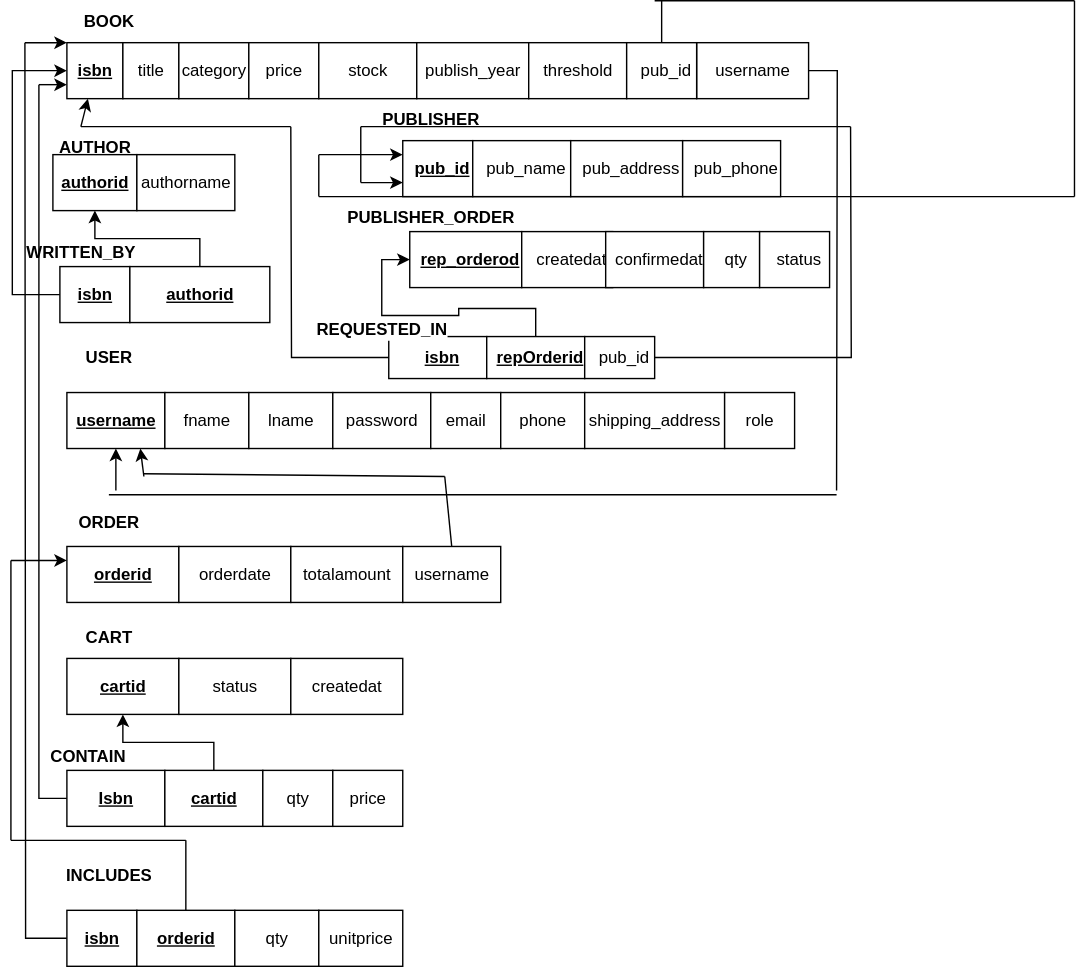
Earlier version of the draw.io export relationalSchema.svg (sherouk-yakout/Order-Processing-System). Source tidied: cells renumbered, new cells last; positions are measured from the earlier drawing's top-left corner, leaving out a move shared by most shapes.
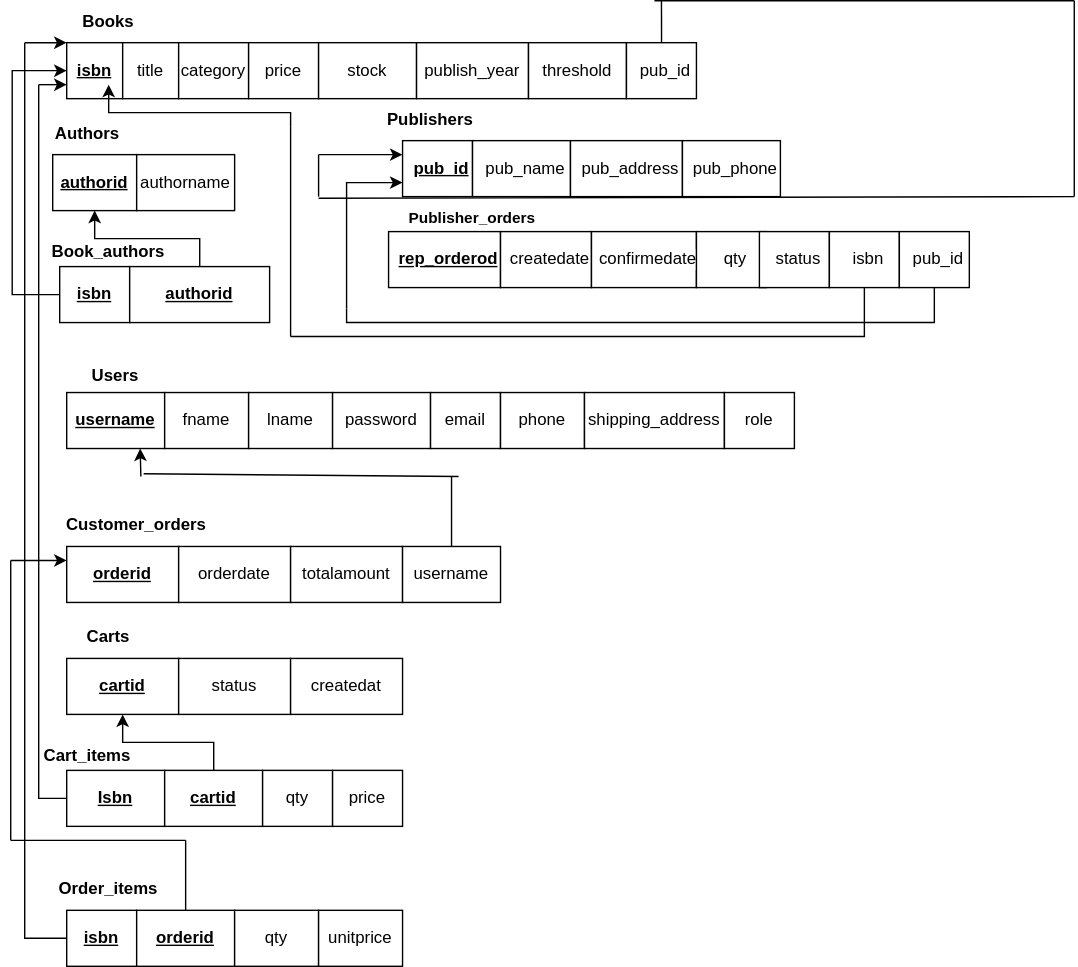
Later version of the same file.

What changed in the source:
```diff
@@ -25,3 +25,3 @@
     </mxCell>
-    <mxCell id="9" value="&lt;b&gt;&lt;font style=&quot;color: rgb(0, 0, 0);&quot;&gt;BOOK&lt;/font&gt;&lt;/b&gt;" style="text;html=1;align=center;verticalAlign=middle;whiteSpace=wrap;rounded=0;" parent="1" vertex="1">
+    <mxCell id="9" value="&lt;b&gt;&lt;font style=&quot;color: rgb(0, 0, 0);&quot;&gt;Books&lt;/font&gt;&lt;/b&gt;" style="text;html=1;align=center;verticalAlign=middle;whiteSpace=wrap;rounded=0;" parent="1" vertex="1">
       <mxGeometry x="40" width="60" height="30" as="geometry" />
@@ -34,4 +34,4 @@
     </mxCell>
-    <mxCell id="12" value="&lt;b&gt;AUTHOR&lt;/b&gt;" style="text;html=1;align=center;verticalAlign=middle;whiteSpace=wrap;rounded=0;" parent="1" vertex="1">
-      <mxGeometry x="30" y="90" width="60" height="30" as="geometry" />
+    <mxCell id="12" value="&lt;b&gt;Authors&lt;/b&gt;" style="text;html=1;align=center;verticalAlign=middle;whiteSpace=wrap;rounded=0;" parent="1" vertex="1">
+      <mxGeometry x="25" y="80" width="60" height="30" as="geometry" />
     </mxCell>
@@ -54,10 +54,5 @@
     </mxCell>
-    <mxCell id="17" value="&lt;b&gt;WRITTEN_BY&lt;/b&gt;" style="text;html=1;align=center;verticalAlign=middle;whiteSpace=wrap;rounded=0;" parent="1" vertex="1">
-      <mxGeometry x="20" y="165" width="60" height="30" as="geometry" />
+    <mxCell id="17" value="&lt;b&gt;Book_authors&lt;/b&gt;" style="text;html=1;align=center;verticalAlign=middle;whiteSpace=wrap;rounded=0;" parent="1" vertex="1">
+      <mxGeometry x="40" y="165" width="60" height="30" as="geometry" />
     </mxCell>
-    <mxCell id="18" style="edgeStyle=orthogonalEdgeStyle;rounded=0;jettySize=auto;html=1;endArrow=none;endFill=0;startArrow=classic;startFill=1;" parent="1" edge="1" source="19">
-      <mxGeometry relative="1" as="geometry">
-        <mxPoint x="75" y="350" as="targetPoint" />
-      </mxGeometry>
-    </mxCell>
     <mxCell id="19" value="&lt;b&gt;&lt;u&gt;username&lt;/u&gt;&lt;/b&gt;" style="whiteSpace=wrap;html=1;align=center;" parent="1" vertex="1">
@@ -86,16 +81,5 @@
     </mxCell>
-    <mxCell id="27" value="&lt;b&gt;USER&lt;/b&gt;" style="text;html=1;align=center;verticalAlign=middle;whiteSpace=wrap;rounded=0;" parent="1" vertex="1">
-      <mxGeometry x="40" y="240" width="60" height="30" as="geometry" />
+    <mxCell id="27" value="&lt;b&gt;Users&lt;/b&gt;&lt;div&gt;&lt;b&gt;&lt;br&gt;&lt;/b&gt;&lt;/div&gt;" style="text;html=1;align=center;verticalAlign=middle;whiteSpace=wrap;rounded=0;" parent="1" vertex="1">
+      <mxGeometry x="45" y="260" width="60" height="30" as="geometry" />
     </mxCell>
-    <mxCell id="28" style="edgeStyle=orthogonalEdgeStyle;rounded=0;jettySize=auto;html=1;endArrow=none;endFill=0;" parent="1" edge="1" source="29">
-      <mxGeometry relative="1" as="geometry">
-        <mxPoint x="590" y="350" as="targetPoint" />
-      </mxGeometry>
-    </mxCell>
-    <mxCell id="29" value="username" style="whiteSpace=wrap;html=1;align=center;" parent="1" vertex="1">
-      <mxGeometry x="490" y="30" width="80" height="40" as="geometry" />
-    </mxCell>
-    <mxCell id="30" style="line;strokeWidth=1;dashed=0;labelPosition=right;align=left;verticalAlign=middle;spacingTop=0;spacingLeft=6;" parent="1" vertex="1">
-      <mxGeometry x="70" y="348" width="520" height="10" as="geometry" />
-    </mxCell>
     <mxCell id="31" value="&lt;u&gt;&lt;b&gt;orderid&lt;/b&gt;&lt;/u&gt;" style="whiteSpace=wrap;html=1;align=center;" parent="1" vertex="1">
@@ -109,4 +93,4 @@
     </mxCell>
-    <mxCell id="34" value="&lt;b&gt;ORDER&lt;/b&gt;" style="text;html=1;align=center;verticalAlign=middle;whiteSpace=wrap;rounded=0;" parent="1" vertex="1">
-      <mxGeometry x="40" y="358" width="60" height="30" as="geometry" />
+    <mxCell id="34" value="&lt;b&gt;Customer_orders&lt;/b&gt;" style="text;html=1;align=center;verticalAlign=middle;whiteSpace=wrap;rounded=0;" parent="1" vertex="1">
+      <mxGeometry x="60" y="360" width="60" height="30" as="geometry" />
     </mxCell>
@@ -118,3 +102,3 @@
         <mxPoint x="95" y="338" as="sourcePoint" />
-        <mxPoint x="310" y="340" as="targetPoint" />
+        <mxPoint x="320" y="340" as="targetPoint" />
       </mxGeometry>
@@ -123,3 +107,3 @@
       <mxGeometry relative="1" as="geometry">
-        <mxPoint x="95" y="340" as="sourcePoint" />
+        <mxPoint x="93" y="340" as="sourcePoint" />
       </mxGeometry>
@@ -128,3 +112,3 @@
       <mxGeometry relative="1" as="geometry">
-        <mxPoint x="310" y="340" as="sourcePoint" />
+        <mxPoint x="315" y="340" as="sourcePoint" />
       </mxGeometry>
@@ -140,3 +124,3 @@
     </mxCell>
-    <mxCell id="42" value="&lt;b&gt;CART&lt;/b&gt;" style="text;html=1;align=center;verticalAlign=middle;whiteSpace=wrap;rounded=0;" parent="1" vertex="1">
+    <mxCell id="42" value="&lt;b&gt;Carts&lt;/b&gt;" style="text;html=1;align=center;verticalAlign=middle;whiteSpace=wrap;rounded=0;" parent="1" vertex="1">
       <mxGeometry x="40" y="440" width="60" height="30" as="geometry" />
@@ -168,7 +152,7 @@
     </mxCell>
-    <mxCell id="50" value="&lt;b&gt;CONTAIN&lt;/b&gt;" style="text;html=1;align=center;verticalAlign=middle;whiteSpace=wrap;rounded=0;" parent="1" vertex="1">
+    <mxCell id="50" value="&lt;b&gt;Cart_items&lt;/b&gt;" style="text;html=1;align=center;verticalAlign=middle;whiteSpace=wrap;rounded=0;" parent="1" vertex="1">
       <mxGeometry x="25" y="525" width="60" height="30" as="geometry" />
     </mxCell>
-    <mxCell id="51" value="&lt;b&gt;INCLUDES&lt;/b&gt;" style="text;html=1;align=center;verticalAlign=middle;whiteSpace=wrap;rounded=0;" parent="1" vertex="1">
-      <mxGeometry x="40" y="610" width="60" height="30" as="geometry" />
+    <mxCell id="51" value="&lt;b&gt;Order_items&lt;/b&gt;" style="text;html=1;align=center;verticalAlign=middle;whiteSpace=wrap;rounded=0;" parent="1" vertex="1">
+      <mxGeometry x="40" y="620" width="60" height="30" as="geometry" />
     </mxCell>
@@ -231,12 +215,17 @@
     <mxCell id="66" value="&lt;b&gt;&lt;u&gt;rep_orderod&lt;/u&gt;&lt;/b&gt;" style="whiteSpace=wrap;html=1;align=center;dashed=0;strokeColor=default;strokeWidth=1;verticalAlign=middle;spacingLeft=6;spacingTop=0;fontFamily=Helvetica;fontSize=12;fontColor=default;labelBackgroundColor=default;fillColor=default;gradientColor=none;" parent="1" vertex="1">
-      <mxGeometry x="285" y="165" width="80" height="40" as="geometry" />
+      <mxGeometry x="270" y="165" width="80" height="40" as="geometry" />
     </mxCell>
-    <mxCell id="67" value="createdat" style="whiteSpace=wrap;html=1;align=center;dashed=0;strokeColor=default;strokeWidth=1;verticalAlign=middle;spacingLeft=6;spacingTop=0;fontFamily=Helvetica;fontSize=12;fontColor=default;labelBackgroundColor=default;fillColor=default;gradientColor=none;" parent="1" vertex="1">
-      <mxGeometry x="365" y="165" width="65" height="40" as="geometry" />
+    <mxCell id="67" value="createdate" style="whiteSpace=wrap;html=1;align=center;dashed=0;strokeColor=default;strokeWidth=1;verticalAlign=middle;spacingLeft=6;spacingTop=0;fontFamily=Helvetica;fontSize=12;fontColor=default;labelBackgroundColor=default;fillColor=default;gradientColor=none;" parent="1" vertex="1">
+      <mxGeometry x="350" y="165" width="65" height="40" as="geometry" />
     </mxCell>
+    <mxCell id="92" style="edgeStyle=orthogonalEdgeStyle;rounded=0;jettySize=auto;html=1;exitX=1;exitY=0.5;exitDx=0;exitDy=0;" parent="1" edge="1" source="68">
+      <mxGeometry relative="1" as="geometry">
+        <mxPoint x="490" y="185" as="targetPoint" />
+      </mxGeometry>
+    </mxCell>
-    <mxCell id="68" value="confirmedat" style="whiteSpace=wrap;html=1;align=center;dashed=0;strokeColor=default;strokeWidth=1;verticalAlign=middle;spacingLeft=6;spacingTop=0;fontFamily=Helvetica;fontSize=12;fontColor=default;labelBackgroundColor=default;fillColor=default;gradientColor=none;" parent="1" vertex="1">
-      <mxGeometry x="425" y="165" width="70" height="40" as="geometry" />
+    <mxCell id="68" value="confirmedate" style="whiteSpace=wrap;html=1;align=center;dashed=0;strokeColor=default;strokeWidth=1;verticalAlign=middle;spacingLeft=6;spacingTop=0;fontFamily=Helvetica;fontSize=12;fontColor=default;labelBackgroundColor=default;fillColor=default;gradientColor=none;" parent="1" vertex="1">
+      <mxGeometry x="415" y="165" width="75" height="40" as="geometry" />
     </mxCell>
     <mxCell id="69" value="qty" style="whiteSpace=wrap;html=1;align=center;dashed=0;strokeColor=default;strokeWidth=1;verticalAlign=middle;spacingLeft=6;spacingTop=0;fontFamily=Helvetica;fontSize=12;fontColor=default;labelBackgroundColor=default;fillColor=default;gradientColor=none;" parent="1" vertex="1">
-      <mxGeometry x="495" y="165" width="40" height="40" as="geometry" />
+      <mxGeometry x="490" y="165" width="50" height="40" as="geometry" />
     </mxCell>
@@ -245,61 +234,8 @@
     </mxCell>
-    <mxCell id="71" style="edgeStyle=orthogonalEdgeStyle;rounded=0;jettySize=auto;html=1;fontFamily=Helvetica;fontSize=12;fontColor=default;labelBackgroundColor=default;endArrow=none;endFill=0;" parent="1" edge="1" source="72">
-      <mxGeometry relative="1" as="geometry">
-        <mxPoint x="200" y="90" as="targetPoint" />
-      </mxGeometry>
-    </mxCell>
-    <mxCell id="72" value="&lt;b&gt;&lt;u&gt;isbn&lt;/u&gt;&lt;/b&gt;" style="whiteSpace=wrap;html=1;align=center;dashed=0;strokeColor=default;strokeWidth=1;verticalAlign=middle;spacingLeft=6;spacingTop=0;fontFamily=Helvetica;fontSize=12;fontColor=default;labelBackgroundColor=default;fillColor=default;gradientColor=none;" parent="1" vertex="1">
-      <mxGeometry x="270" y="240" width="70" height="30" as="geometry" />
-    </mxCell>
-    <mxCell id="73" style="edgeStyle=orthogonalEdgeStyle;rounded=0;jettySize=auto;html=1;entryX=0;entryY=0.5;entryDx=0;entryDy=0;fontFamily=Helvetica;fontSize=12;fontColor=default;labelBackgroundColor=default;" parent="1" edge="1" source="74" target="66">
-      <mxGeometry relative="1" as="geometry" />
-    </mxCell>
-    <mxCell id="74" value="&lt;b&gt;&lt;u&gt;repOrderid&lt;/u&gt;&lt;/b&gt;" style="whiteSpace=wrap;html=1;align=center;dashed=0;strokeColor=default;strokeWidth=1;verticalAlign=middle;spacingLeft=6;spacingTop=0;fontFamily=Helvetica;fontSize=12;fontColor=default;labelBackgroundColor=default;fillColor=default;gradientColor=none;" parent="1" vertex="1">
-      <mxGeometry x="340" y="240" width="70" height="30" as="geometry" />
-    </mxCell>
-    <mxCell id="75" style="endArrow=none;html=1;rounded=0;fontFamily=Helvetica;fontSize=12;fontColor=default;labelBackgroundColor=default;" parent="1" edge="1">
-      <mxGeometry relative="1" as="geometry">
-        <mxPoint x="50" y="90" as="sourcePoint" />
-        <mxPoint x="200" y="90" as="targetPoint" />
-      </mxGeometry>
-    </mxCell>
-    <mxCell id="76" style="endArrow=classic;html=1;rounded=0;fontFamily=Helvetica;fontSize=12;fontColor=default;labelBackgroundColor=default;endFill=1;" parent="1" edge="1" target="2">
-      <mxGeometry relative="1" as="geometry">
-        <mxPoint x="50" y="90" as="sourcePoint" />
-      </mxGeometry>
-    </mxCell>
-    <mxCell id="77" value="&lt;b&gt;REQUESTED_IN&lt;/b&gt;" style="text;html=1;align=center;verticalAlign=middle;whiteSpace=wrap;rounded=0;fontFamily=Helvetica;fontSize=12;fontColor=default;labelBackgroundColor=default;" parent="1" vertex="1">
-      <mxGeometry x="235" y="220" width="60" height="30" as="geometry" />
-    </mxCell>
-    <mxCell id="78" value="&lt;b&gt;PUBLISHER_ORDER&lt;/b&gt;" style="text;html=1;align=center;verticalAlign=middle;whiteSpace=wrap;rounded=0;fontFamily=Helvetica;fontSize=12;fontColor=default;labelBackgroundColor=default;" parent="1" vertex="1">
-      <mxGeometry x="270" y="140" width="60" height="30" as="geometry" />
+    <mxCell id="78" value="&lt;b&gt;&lt;font style=&quot;font-size: 11px;&quot;&gt;Publisher_orders&lt;/font&gt;&lt;/b&gt;" style="text;html=1;align=center;verticalAlign=middle;whiteSpace=wrap;rounded=0;fontFamily=Helvetica;fontSize=12;fontColor=default;labelBackgroundColor=default;" parent="1" vertex="1">
+      <mxGeometry x="300" y="140" width="60" height="30" as="geometry" />
     </mxCell>
-    <mxCell id="79" value="&lt;b&gt;PUBLISHER&lt;/b&gt;" style="text;html=1;align=center;verticalAlign=middle;whiteSpace=wrap;rounded=0;fontFamily=Helvetica;fontSize=12;fontColor=default;labelBackgroundColor=default;" parent="1" vertex="1">
+    <mxCell id="79" value="&lt;b&gt;Publishers&lt;/b&gt;" style="text;html=1;align=center;verticalAlign=middle;whiteSpace=wrap;rounded=0;fontFamily=Helvetica;fontSize=12;fontColor=default;labelBackgroundColor=default;" parent="1" vertex="1">
       <mxGeometry x="270" y="70" width="60" height="30" as="geometry" />
     </mxCell>
-    <mxCell id="80" style="edgeStyle=orthogonalEdgeStyle;rounded=0;jettySize=auto;html=1;fontFamily=Helvetica;fontSize=12;fontColor=default;labelBackgroundColor=default;endArrow=none;endFill=0;" parent="1" edge="1" source="81">
-      <mxGeometry relative="1" as="geometry">
-        <mxPoint x="600" y="90" as="targetPoint" />
-      </mxGeometry>
-    </mxCell>
-    <mxCell id="81" value="pub_id" style="whiteSpace=wrap;html=1;align=center;dashed=0;strokeColor=default;strokeWidth=1;verticalAlign=middle;spacingLeft=6;spacingTop=0;fontFamily=Helvetica;fontSize=12;fontColor=default;labelBackgroundColor=default;fillColor=default;gradientColor=none;" parent="1" vertex="1">
-      <mxGeometry x="410" y="240" width="50" height="30" as="geometry" />
-    </mxCell>
-    <mxCell id="82" style="endArrow=none;html=1;rounded=0;fontFamily=Helvetica;fontSize=12;fontColor=default;labelBackgroundColor=default;" parent="1" edge="1">
-      <mxGeometry relative="1" as="geometry">
-        <mxPoint x="250" y="90" as="sourcePoint" />
-        <mxPoint x="600" y="90" as="targetPoint" />
-      </mxGeometry>
-    </mxCell>
-    <mxCell id="83" style="endArrow=none;html=1;rounded=0;fontFamily=Helvetica;fontSize=12;fontColor=default;labelBackgroundColor=default;" parent="1" edge="1">
-      <mxGeometry relative="1" as="geometry">
-        <mxPoint x="250" y="130" as="sourcePoint" />
-        <mxPoint x="250" y="90" as="targetPoint" />
-      </mxGeometry>
-    </mxCell>
-    <mxCell id="84" style="endArrow=classic;html=1;rounded=0;fontFamily=Helvetica;fontSize=12;fontColor=default;labelBackgroundColor=default;entryX=0;entryY=0.75;entryDx=0;entryDy=0;" parent="1" edge="1" target="62">
-      <mxGeometry relative="1" as="geometry">
-        <mxPoint x="250" y="130" as="sourcePoint" />
-      </mxGeometry>
-    </mxCell>
     <mxCell id="85" style="edgeStyle=orthogonalEdgeStyle;rounded=0;jettySize=auto;html=1;fontFamily=Helvetica;fontSize=12;fontColor=default;labelBackgroundColor=default;endArrow=none;endFill=0;" parent="1" edge="1" source="86">
@@ -326,3 +262,3 @@
       <mxGeometry relative="1" as="geometry">
-        <mxPoint x="220" y="140" as="sourcePoint" />
+        <mxPoint x="220" y="141.2" as="sourcePoint" />
         <mxPoint x="760" y="140" as="targetPoint" />
@@ -341,2 +277,51 @@
     </mxCell>
+    <mxCell id="72" value="isbn" style="whiteSpace=wrap;html=1;align=center;dashed=0;strokeColor=default;strokeWidth=1;verticalAlign=middle;spacingLeft=6;spacingTop=0;fontFamily=Helvetica;fontSize=12;fontColor=default;labelBackgroundColor=default;fillColor=default;gradientColor=none;" parent="1" vertex="1">
+      <mxGeometry x="585" y="165" width="50" height="40" as="geometry" />
+    </mxCell>
+    <mxCell id="93" style="endArrow=none;html=1;rounded=0;entryX=0.5;entryY=1;entryDx=0;entryDy=0;edgeStyle=orthogonalEdgeStyle;" parent="1" edge="1" target="72">
+      <mxGeometry relative="1" as="geometry">
+        <mxPoint x="200" y="240" as="sourcePoint" />
+        <Array as="points">
+          <mxPoint x="610" y="240" />
+        </Array>
+      </mxGeometry>
+    </mxCell>
+    <mxCell id="94" style="endArrow=none;html=1;rounded=0;" parent="1" edge="1">
+      <mxGeometry relative="1" as="geometry">
+        <mxPoint x="200" y="240" as="sourcePoint" />
+        <mxPoint x="200" y="90" as="targetPoint" />
+      </mxGeometry>
+    </mxCell>
+    <mxCell id="95" style="endArrow=classic;html=1;rounded=0;edgeStyle=orthogonalEdgeStyle;entryX=0.75;entryY=1;entryDx=0;entryDy=0;" parent="1" edge="1">
+      <mxGeometry relative="1" as="geometry">
+        <mxPoint x="200" y="90" as="sourcePoint" />
+        <mxPoint x="70" y="60" as="targetPoint" />
+        <Array as="points">
+          <mxPoint x="200" y="80" />
+          <mxPoint x="70" y="80" />
+        </Array>
+      </mxGeometry>
+    </mxCell>
+    <mxCell id="81" value="pub_id" style="whiteSpace=wrap;html=1;align=center;dashed=0;strokeColor=default;strokeWidth=1;verticalAlign=middle;spacingLeft=6;spacingTop=0;fontFamily=Helvetica;fontSize=12;fontColor=default;labelBackgroundColor=default;fillColor=default;gradientColor=none;" parent="1" vertex="1">
+      <mxGeometry x="635" y="165" width="50" height="40" as="geometry" />
+    </mxCell>
+    <mxCell id="96" style="endArrow=none;html=1;rounded=0;edgeStyle=orthogonalEdgeStyle;entryX=0.5;entryY=1;entryDx=0;entryDy=0;" parent="1" edge="1">
+      <mxGeometry relative="1" as="geometry">
+        <mxPoint x="240" y="220" as="sourcePoint" />
+        <mxPoint x="660" y="204.9" as="targetPoint" />
+        <Array as="points">
+          <mxPoint x="240" y="220" />
+          <mxPoint x="240" y="230" />
+          <mxPoint x="660" y="230" />
+        </Array>
+      </mxGeometry>
+    </mxCell>
+    <mxCell id="97" style="endArrow=classic;html=1;rounded=0;edgeStyle=elbowEdgeStyle;entryX=0;entryY=0.75;entryDx=0;entryDy=0;" parent="1" edge="1" target="62">
+      <mxGeometry relative="1" as="geometry">
+        <mxPoint x="240" y="220" as="sourcePoint" />
+        <Array as="points">
+          <mxPoint x="240" y="210" />
+        </Array>
+      </mxGeometry>
+    </mxCell>
   </root>
```
